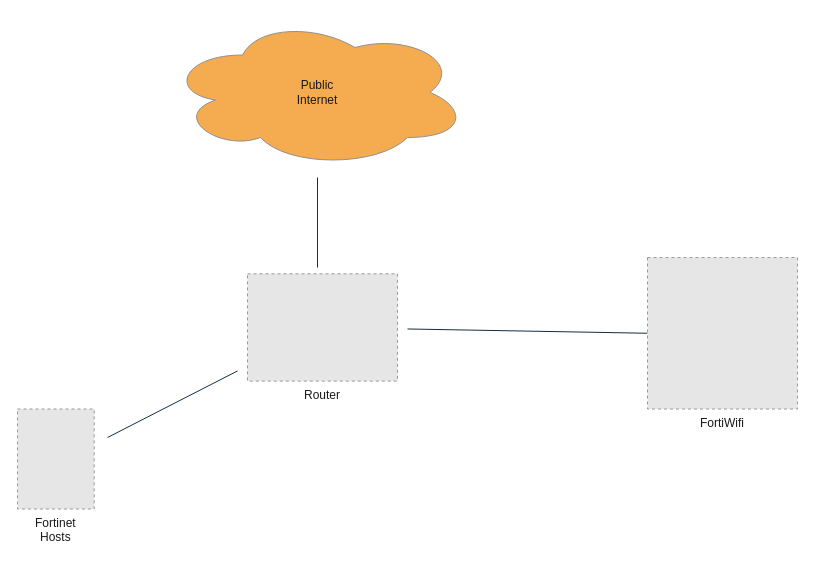
The draw.io diagram Neth.drawio in jukogo/Neth, before the edit. Source tidied: cells renumbered, new cells numbered last; positions are measured from the earlier drawing's top-left corner, leaving out a move shared by most shapes. Both pictures are drawn from the tidied source at 100%, with x=0, y=0 at pixel (17, 17). Pictures stored in the file or linked from it are replaced by grey dashed boxes.
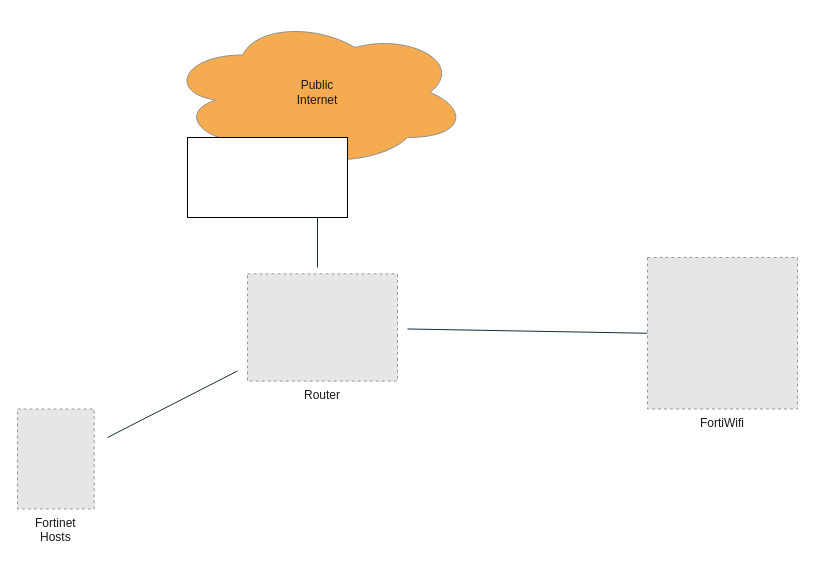
The same page after the edit.

The edit, as a diff of the source:
```diff
@@
 <mxGraphModel>
   <root>
     <mxCell id="0" />
     <mxCell id="1" parent="0" />
     <mxCell id="2" style="edgeStyle=none;rounded=0;jettySize=auto;html=1;sourcePerimeterSpacing=10;endArrow=none;endFill=0;targetPerimeterSpacing=10;labelBackgroundColor=none;fontColor=default;strokeColor=#182E3E;" parent="1" edge="1" source="3">
       <mxGeometry relative="1" as="geometry">
         <mxPoint x="300" y="250" as="targetPoint" />
       </mxGeometry>
     </mxCell>
     <mxCell id="3" value="Public&lt;br&gt;Internet" style="ellipse;shape=cloud;whiteSpace=wrap;html=1;labelBackgroundColor=none;fillColor=#F5AB50;strokeColor=#909090;fontColor=#1A1A1A;" parent="1" vertex="1">
       <mxGeometry x="150" width="300" height="150" as="geometry" />
     </mxCell>
     <mxCell id="4" style="edgeStyle=none;rounded=0;jettySize=auto;html=1;endArrow=none;endFill=0;sourcePerimeterSpacing=10;targetPerimeterSpacing=10;labelBackgroundColor=none;fontColor=default;strokeColor=#182E3E;entryX=0;entryY=0.5;entryDx=0;entryDy=0;" parent="1" edge="1" source="6" target="8">
       <mxGeometry relative="1" as="geometry" />
     </mxCell>
     <mxCell id="5" style="edgeStyle=none;rounded=0;jettySize=auto;html=1;endArrow=none;endFill=0;sourcePerimeterSpacing=10;targetPerimeterSpacing=10;labelBackgroundColor=none;fontColor=default;strokeColor=#182E3E;" parent="1" edge="1" source="6">
       <mxGeometry relative="1" as="geometry">
         <mxPoint x="90" y="420" as="targetPoint" />
       </mxGeometry>
     </mxCell>
     <mxCell id="6" value="Router" style="fillColor=#E6E6E6;strokeColor=#999999;dashed=1;verticalLabelPosition=bottom;labelBackgroundColor=none;verticalAlign=top;fontColor=#1A1A1A;" parent="1" vertex="1">
       <mxGeometry x="230" y="256.3" width="150" height="107.3" as="geometry" />
     </mxCell>
     <mxCell id="7" value="Fortinet&#10;Hosts" style="fillColor=#E6E6E6;strokeColor=#999999;dashed=1;verticalLabelPosition=bottom;labelBackgroundColor=none;verticalAlign=top;fontColor=#1A1A1A;" parent="1" vertex="1">
       <mxGeometry y="391.5" width="76.7" height="100" as="geometry" />
     </mxCell>
     <mxCell id="8" value="FortiWifi" style="fillColor=#E6E6E6;strokeColor=#999999;dashed=1;verticalLabelPosition=bottom;labelBackgroundColor=none;verticalAlign=top;fontColor=#1A1A1A;" parent="1" vertex="1">
       <mxGeometry x="630" y="240" width="150" height="151.5" as="geometry" />
     </mxCell>
+    <mxCell id="9" style="rounded=0;whiteSpace=wrap;html=1;" parent="1" vertex="1">
+      <mxGeometry x="170" y="120" width="160" height="80" as="geometry" />
+    </mxCell>
+    <mxCell id="10" style="rounded=0;whiteSpace=wrap;html=1;" parent="1" vertex="1">
+      <mxGeometry x="170" y="120" width="160" height="80" as="geometry" />
+    </mxCell>
+    <mxCell id="11" style="rounded=0;whiteSpace=wrap;html=1;" parent="1" vertex="1">
+      <mxGeometry x="170" y="120" width="160" height="80" as="geometry" />
+    </mxCell>
   </root>
 </mxGraphModel>
```
